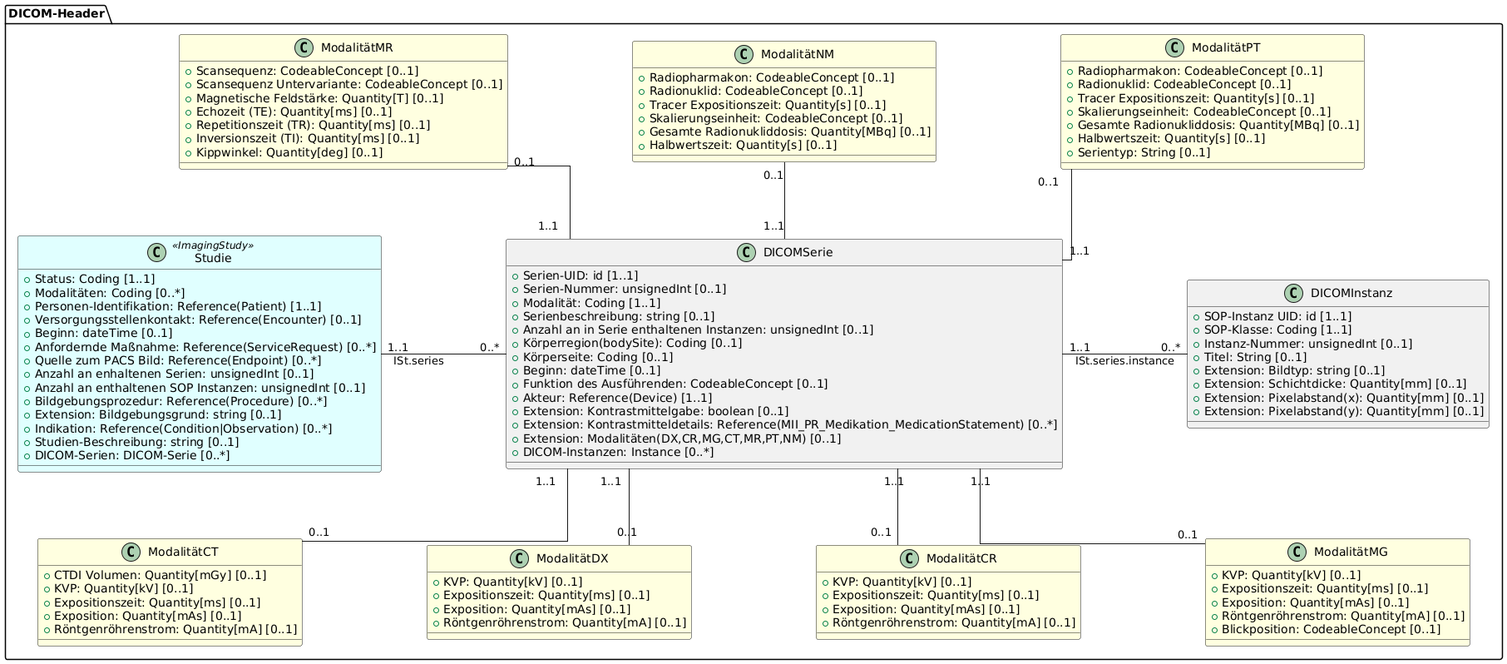
Above: implementation-guides/ImplementationGuide-Common/images/UML_Metadaten.png in medizininformatik-initiative/kerndatensatz-bildgebung (PlantUML), before the change.
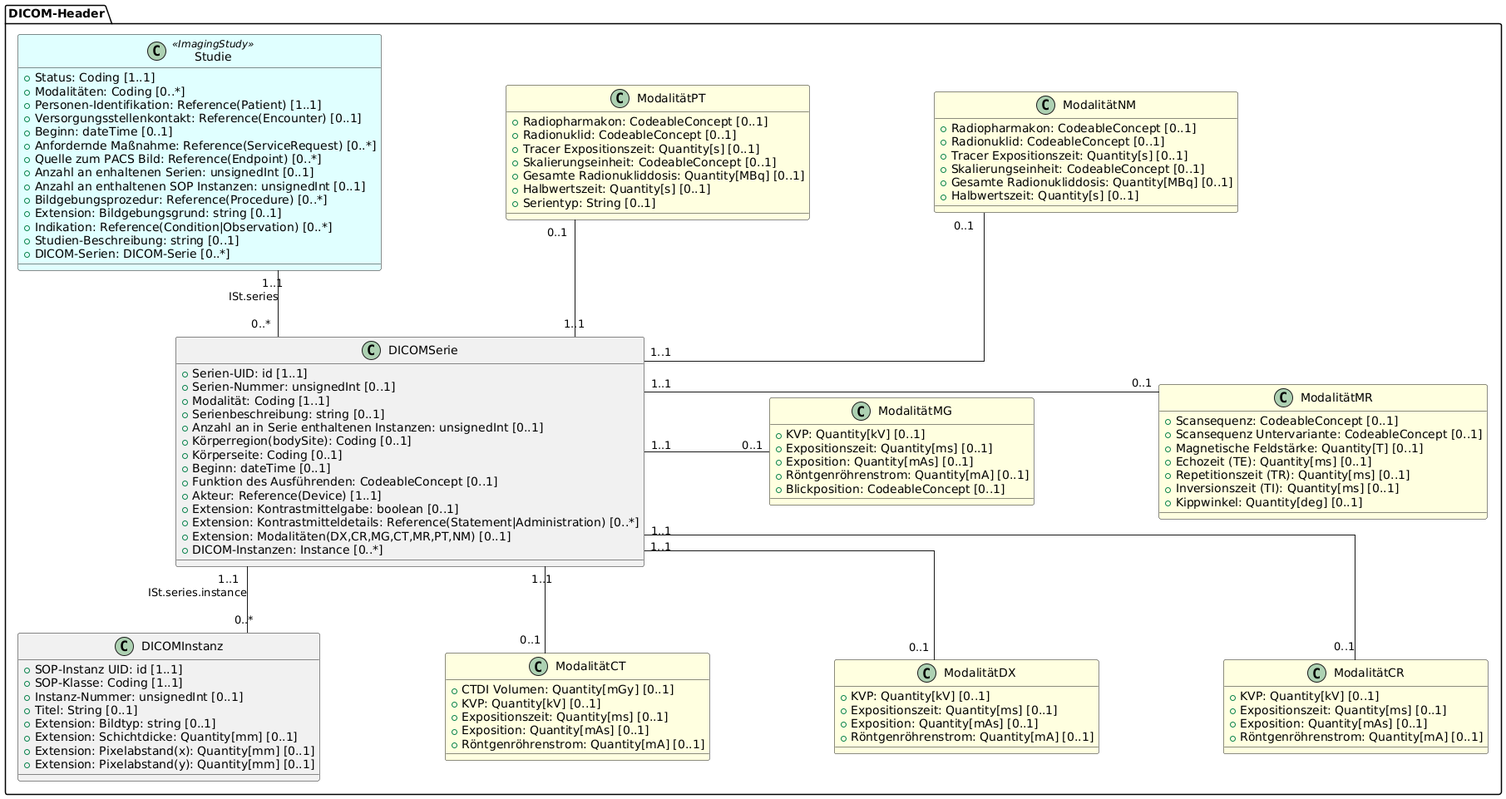
After the change.

Change to the diagram source:
```diff
@@ -34,7 +34,7 @@
   + Funktion des Ausführenden: CodeableConcept [0..1]
   + {field} Akteur: Reference(Device) [1..1]
   + Extension: Kontrastmittelgabe: boolean [0..1]
-  + {field} Extension: Kontrastmitteldetails: Reference(MII_PR_Medikation_MedicationStatement) [0..*]
+  + {field} Extension: Kontrastmitteldetails: Reference(Statement|Administration) [0..*]
   + {field} Extension: Modalitäten(DX,CR,MG,CT,MR,PT,NM) [0..1]
   + DICOM-Instanzen: Instance [0..*]
   }
@@ -110,15 +110,16 @@
   }
 }
 
-DICOMSerie "1..1" -r- "0..*" DICOMInstanz: ISt.series.instance
-DICOMSerie "1..1" -u- "0..1" ModalitätMR
-DICOMSerie "1..1" -d- "0..1" ModalitätCT
-DICOMSerie "1..1" -d- "0..1" ModalitätDX
-DICOMSerie "1..1" -d- "0..1" ModalitätCR
-DICOMSerie "1..1" -d- "0..1" ModalitätMG
-
+DICOMSerie "1..1" -- "0..*" DICOMInstanz: ISt.series.instance
+DICOMSerie "1..1" -r- "0..1" ModalitätMR
+DICOMSerie "1..1" -- "0..1" ModalitätCT
+DICOMSerie "1..1" -- "0..1" ModalitätDX
+DICOMSerie "1..1" -- "0..1" ModalitätCR
+DICOMSerie "1..1" -r- "0..1" ModalitätMG
 DICOMSerie "1..1" -u- "0..1" ModalitätNM
 DICOMSerie "1..1" -u- "0..1" ModalitätPT
 
-Studie "1..1" -r- "0..*" DICOMSerie: ISt.series
+Studie "1..1" -- "0..*" DICOMSerie: ISt.series
+
+ModalitätPT -[hidden]r- ModalitätNM
 @enduml
```
